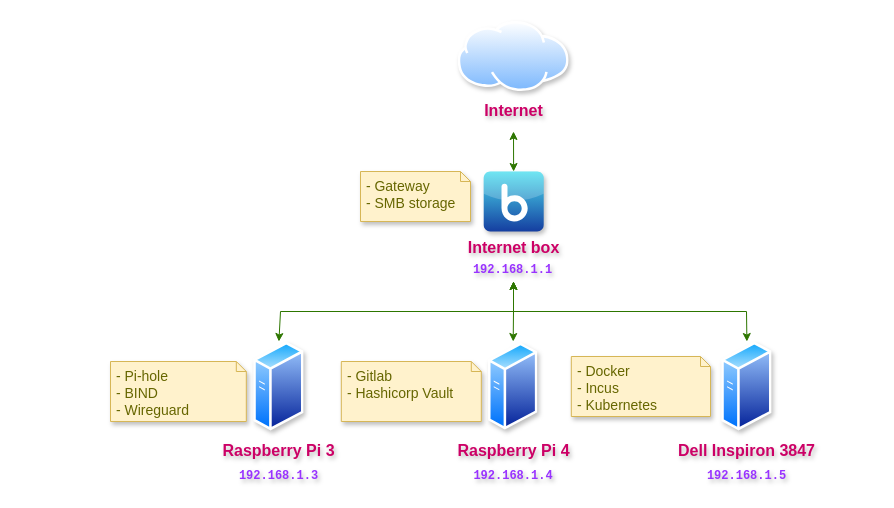
The draw.io diagram docs/index.drawio in bgaillard/homelab, before the edit. Source tidied: cells renumbered, new cells numbered last; positions are measured from the earlier drawing's top-left corner, leaving out a move shared by most shapes. Both pictures are drawn from the tidied source at 100%, with x=0, y=0 at pixel (110, 21).
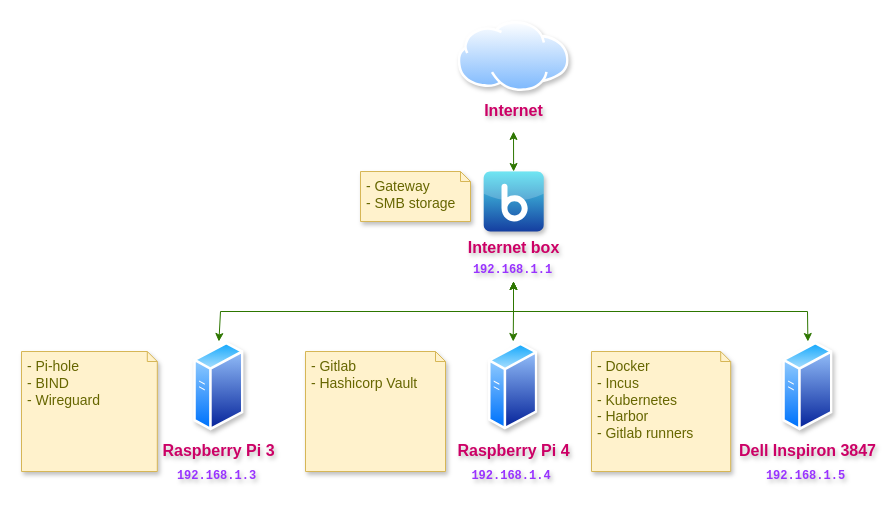
Above is the later version.

Commit message (it also covers changes not shown here):
Add first Gitlab runner.

What changed in the source:
```diff
@@
     <mxCell id="3" value="Raspberry Pi 3" style="image;perimeter=ellipsePerimeter;align=center;shadow=1;dashed=0;spacingTop=3;image=img/lib/active_directory/generic_server.svg;fontStyle=1;fontColor=#CC0066;textShadow=1;html=1;labelBackgroundColor=none;fontSize=16;" parent="1" vertex="1">
-      <mxGeometry x="143.2" y="320" width="50.4" height="90" as="geometry" />
+      <mxGeometry x="83.2" y="320" width="50.4" height="90" as="geometry" />
     </mxCell>
@@
     <mxCell id="5" value="Dell Inspiron 3847" style="image;perimeter=ellipsePerimeter;html=1;align=center;shadow=1;dashed=0;spacingTop=3;image=img/lib/active_directory/generic_server.svg;fontStyle=1;fontColor=#CC0066;labelBackgroundColor=none;textShadow=1;fontSize=16;" parent="1" vertex="1">
-      <mxGeometry x="611.2" y="320" width="50.4" height="90" as="geometry" />
+      <mxGeometry x="672.2" y="320" width="50.4" height="90" as="geometry" />
     </mxCell>
@@
     <mxCell id="8" style="endArrow=classic;startArrow=classic;html=1;rounded=0;exitX=0.5;exitY=0;exitDx=0;exitDy=0;strokeColor=#2D7600;fontColor=#999900;fillColor=#60a917;" parent="1" edge="1" source="3">
       <mxGeometry relative="1" as="geometry">
         <mxPoint x="403" y="260" as="targetPoint" />
         <Array as="points">
-          <mxPoint x="170" y="290" />
+          <mxPoint x="110" y="290" />
           <mxPoint x="403" y="290" />
         </Array>
       </mxGeometry>
     </mxCell>
     <mxCell id="9" style="endArrow=classic;startArrow=classic;html=1;rounded=0;exitX=0.5;exitY=0;exitDx=0;exitDy=0;strokeColor=#2D7600;fontColor=#999900;fillColor=#60a917;" parent="1" edge="1" source="5">
       <mxGeometry relative="1" as="geometry">
         <mxPoint x="403" y="260" as="targetPoint" />
         <Array as="points">
-          <mxPoint x="636" y="290" />
+          <mxPoint x="697" y="290" />
           <mxPoint x="403" y="290" />
         </Array>
       </mxGeometry>
     </mxCell>
@@
     <mxCell id="11" value="192.168.1.3" style="text;html=1;whiteSpace=wrap;strokeColor=none;fillColor=none;align=center;verticalAlign=middle;rounded=0;fontFamily=Courier New;fontSize=12;fontColor=#9933FF;fontStyle=1;textShadow=1;" parent="1" vertex="1">
-      <mxGeometry x="123.1" y="440" width="90.6" height="30" as="geometry" />
+      <mxGeometry x="61.1" y="440" width="90.6" height="30" as="geometry" />
     </mxCell>
     <mxCell id="12" value="192.168.1.4" style="text;html=1;whiteSpace=wrap;strokeColor=none;fillColor=none;align=center;verticalAlign=middle;rounded=0;fontFamily=Courier New;fontSize=12;fontColor=#9933FF;fontStyle=1;textShadow=1;" parent="1" vertex="1">
-      <mxGeometry x="359.9" y="440" width="85.6" height="30" as="geometry" />
+      <mxGeometry x="358" y="440" width="85.6" height="30" as="geometry" />
     </mxCell>
     <mxCell id="13" value="192.168.1.5" style="text;html=1;whiteSpace=wrap;strokeColor=none;fillColor=none;align=center;verticalAlign=middle;rounded=0;fontFamily=Courier New;fontSize=12;fontColor=#9933FF;fontStyle=1;textShadow=1;" parent="1" vertex="1">
-      <mxGeometry x="589" y="440" width="94.8" height="30" as="geometry" />
+      <mxGeometry x="648" y="440" width="94.8" height="30" as="geometry" />
     </mxCell>
@@
     <mxCell id="16" value="&lt;font&gt;&amp;nbsp;- Pi-hole&lt;/font&gt;&lt;span style=&quot;background-color: transparent; color: light-dark(rgb(102, 102, 0), rgb(162, 162, 74));&quot;&gt;&amp;nbsp;&lt;br&gt;&amp;nbsp;- BIND&lt;br&gt;&amp;nbsp;- Wireguard&lt;/span&gt;" style="shape=note;strokeWidth=1;fontSize=14;size=10;whiteSpace=wrap;html=1;fillColor=#fff2cc;strokeColor=#d6b656;fontColor=#666600;align=left;verticalAlign=top;shadow=1;" parent="1" vertex="1">
-      <mxGeometry y="340" width="135.8" height="60" as="geometry" />
+      <mxGeometry x="-89" y="330" width="135.8" height="120" as="geometry" />
     </mxCell>
     <mxCell id="17" value="&lt;font&gt;&amp;nbsp;- Gitlab&lt;br&gt;&amp;nbsp;- Hashicorp Vault&lt;/font&gt;" style="shape=note;strokeWidth=1;fontSize=14;size=10;whiteSpace=wrap;html=1;fillColor=#fff2cc;strokeColor=#d6b656;fontColor=#666600;align=left;verticalAlign=top;shadow=1;" parent="1" vertex="1">
-      <mxGeometry x="230.8" y="340" width="140" height="60" as="geometry" />
+      <mxGeometry x="195" y="330" width="140" height="120" as="geometry" />
     </mxCell>
-    <mxCell id="18" value="&lt;font&gt;&amp;nbsp;- Docker&lt;br&gt;&amp;nbsp;- Incus&lt;br&gt;&amp;nbsp;- Kubernetes&lt;/font&gt;" style="shape=note;strokeWidth=1;fontSize=14;size=10;whiteSpace=wrap;html=1;fillColor=#fff2cc;strokeColor=#d6b656;fontColor=#666600;align=left;verticalAlign=top;shadow=1;" parent="1" vertex="1">
-      <mxGeometry x="460.8" y="335" width="139.2" height="60" as="geometry" />
+    <mxCell id="18" value="&lt;font&gt;&amp;nbsp;- Docker&lt;br&gt;&amp;nbsp;- Incus&lt;br&gt;&amp;nbsp;- Kubernetes&lt;br&gt;&amp;nbsp;- Harbor&lt;br&gt;&amp;nbsp;- Gitlab runners&lt;/font&gt;" style="shape=note;strokeWidth=1;fontSize=14;size=10;whiteSpace=wrap;html=1;fillColor=#fff2cc;strokeColor=#d6b656;fontColor=#666600;align=left;verticalAlign=top;shadow=1;" parent="1" vertex="1">
+      <mxGeometry x="481" y="330" width="139.2" height="120" as="geometry" />
     </mxCell>
```
